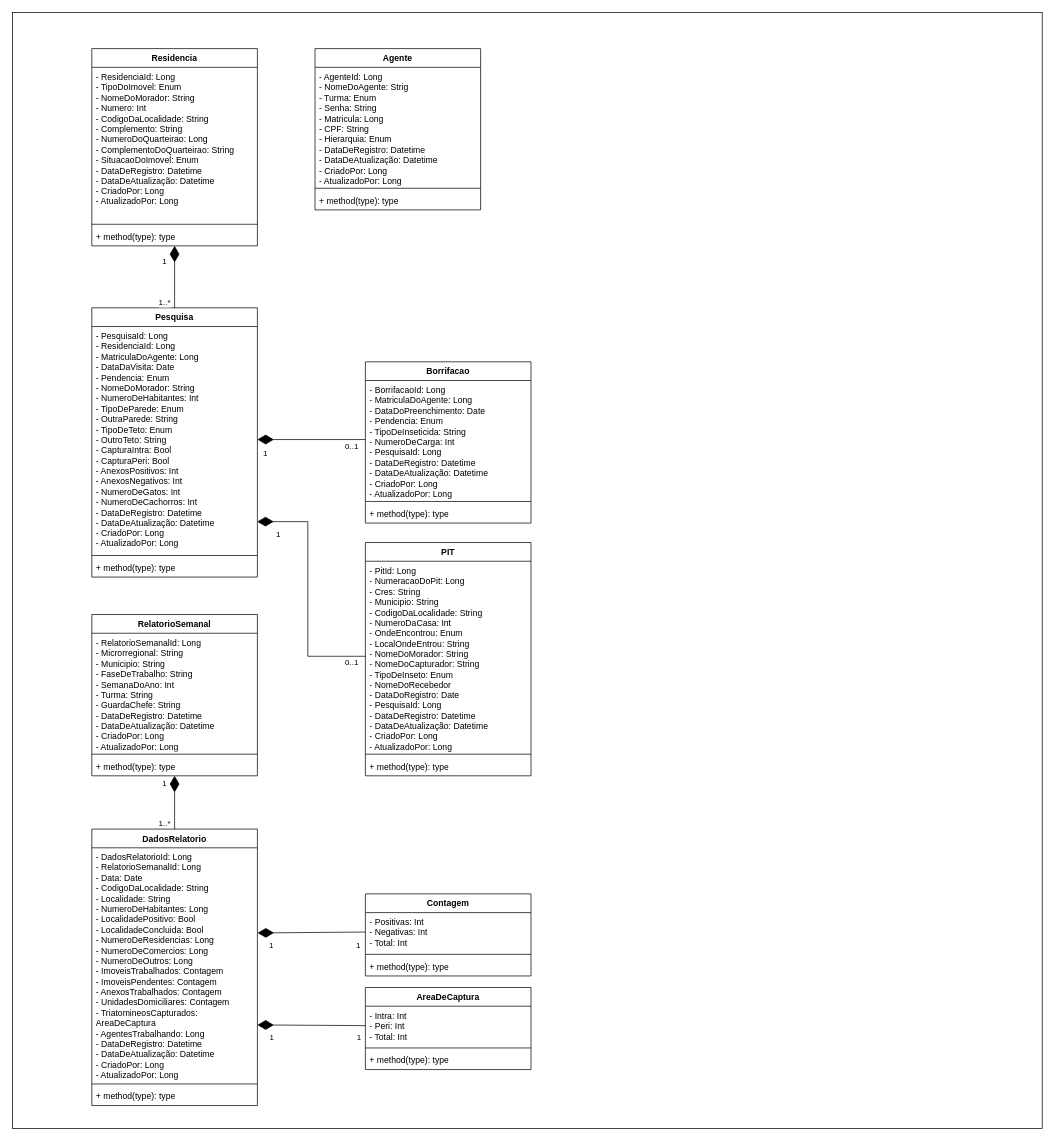
Above: Diagrama de classes.drawio in Fconeto/P.I-3 (draw.io), before the change. Source tidied: cells renumbered, new cells numbered last; positions are measured from the earlier drawing's top-left corner, leaving out a move shared by most shapes. Both pictures are drawn from the tidied source at 72%, with x=0, y=0 at pixel (12, 12).
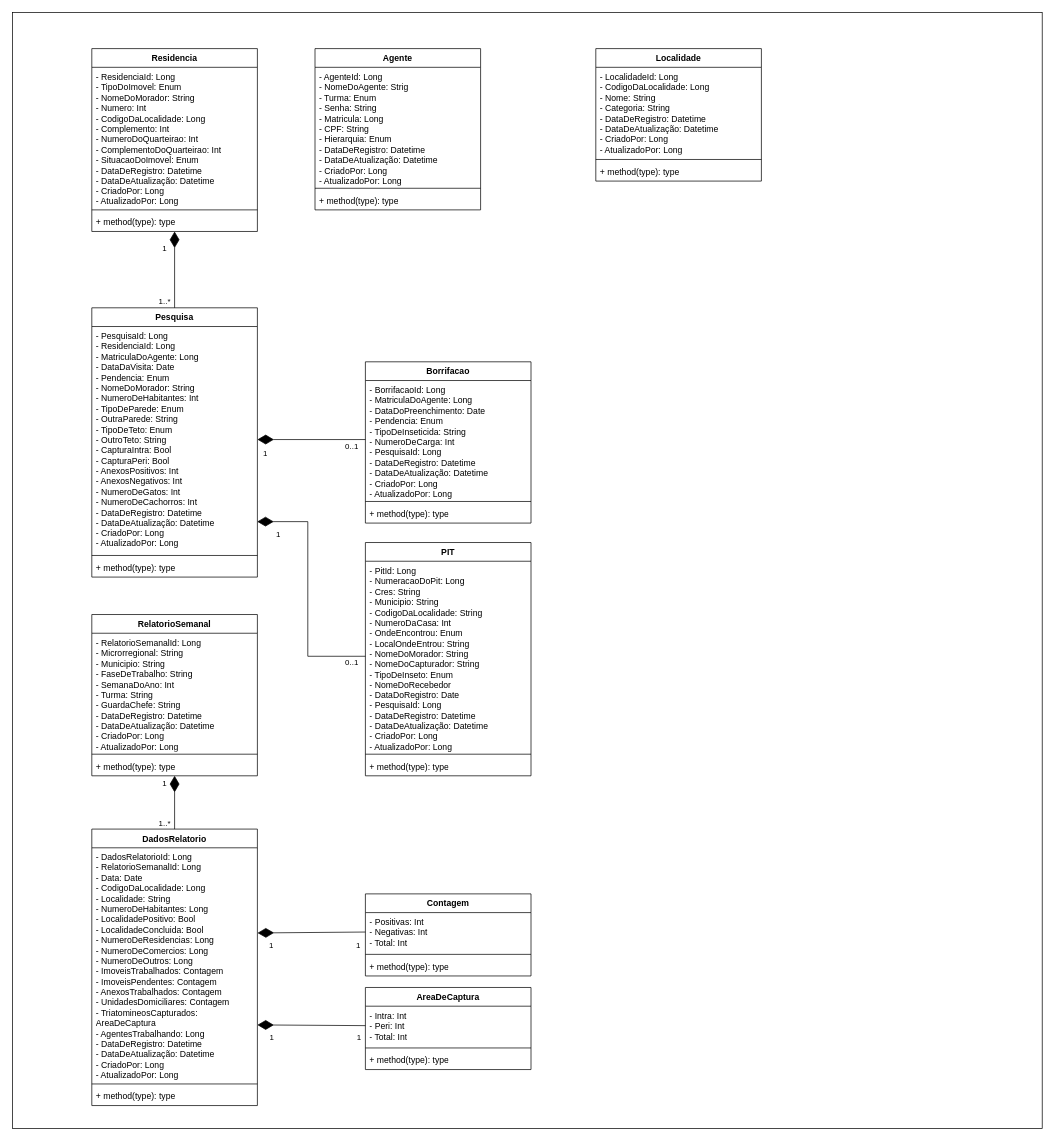
The same page after the edit.

The change refers to these unchanged cells:
```xml
<mxCell id="23" value="DadosRelatorio" style="swimlane;fontStyle=1;align=center;verticalAlign=top;horizontal=1;startSize=26;whiteSpace=wrap;html=1;" parent="1" vertex="1">
  <mxGeometry x="110" y="1134" width="230" height="384" as="geometry" />
</mxCell>
```

The edit, as a diff of the source:
```diff
@@
     <mxCell id="3" value="Residencia" style="swimlane;fontStyle=1;align=center;verticalAlign=top;horizontal=1;startSize=26;whiteSpace=wrap;html=1;" parent="1" vertex="1">
-      <mxGeometry x="110" y="50" width="230" height="274" as="geometry" />
+      <mxGeometry x="110" y="50" width="230" height="254" as="geometry" />
     </mxCell>
-    <mxCell id="4" value="&lt;div&gt;- ResidenciaId: Long&lt;/div&gt;- TipoDoImovel: Enum&lt;div&gt;- NomeDoMorador: String&lt;/div&gt;&lt;div&gt;- Numero: Int&lt;/div&gt;&lt;div&gt;- CodigoDaLocalidade: String&lt;/div&gt;&lt;div&gt;- Complemento: String&lt;/div&gt;&lt;div&gt;- NumeroDoQuarteirao: Long&lt;/div&gt;&lt;div&gt;- ComplementoDoQuarteirao: String&lt;/div&gt;&lt;div&gt;- SituacaoDoImovel: Enum&lt;/div&gt;&lt;div&gt;- DataDeRegistro: Datetime&lt;/div&gt;&lt;div&gt;- DataDeAtualização: Datetime&lt;/div&gt;&lt;div&gt;- CriadoPor: Long&lt;/div&gt;&lt;div&gt;- AtualizadoPor: Long&lt;/div&gt;&lt;div&gt;&lt;br&gt;&lt;/div&gt;" style="text;strokeColor=none;fillColor=none;align=left;verticalAlign=top;spacingLeft=4;spacingRight=4;overflow=hidden;whiteSpace=wrap;html=1;" parent="3" vertex="1">
-      <mxGeometry y="26" width="230" height="214" as="geometry" />
+    <mxCell id="4" value="&lt;div&gt;- ResidenciaId: Long&lt;/div&gt;- TipoDoImovel: Enum&lt;div&gt;- NomeDoMorador: String&lt;/div&gt;&lt;div&gt;- Numero: Int&lt;/div&gt;&lt;div&gt;- CodigoDaLocalidade: Long&lt;/div&gt;&lt;div&gt;- Complemento: Int&lt;/div&gt;&lt;div&gt;- NumeroDoQuarteirao:&amp;nbsp;&lt;span style=&quot;background-color: transparent; color: light-dark(rgb(0, 0, 0), rgb(255, 255, 255));&quot;&gt;Int&lt;/span&gt;&lt;/div&gt;&lt;div&gt;- ComplementoDoQuarteirao:&amp;nbsp;&lt;span style=&quot;background-color: transparent; color: light-dark(rgb(0, 0, 0), rgb(255, 255, 255));&quot;&gt;Int&lt;/span&gt;&lt;/div&gt;&lt;div&gt;- SituacaoDoImovel: Enum&lt;/div&gt;&lt;div&gt;- DataDeRegistro: Datetime&lt;/div&gt;&lt;div&gt;- DataDeAtualização: Datetime&lt;/div&gt;&lt;div&gt;- CriadoPor: Long&lt;/div&gt;&lt;div&gt;- AtualizadoPor: Long&lt;/div&gt;" style="text;strokeColor=none;fillColor=none;align=left;verticalAlign=top;spacingLeft=4;spacingRight=4;overflow=hidden;whiteSpace=wrap;html=1;" parent="3" vertex="1">
+      <mxGeometry y="26" width="230" height="194" as="geometry" />
     </mxCell>
     <mxCell id="5" style="line;strokeWidth=1;fillColor=none;align=left;verticalAlign=middle;spacingTop=-1;spacingLeft=3;spacingRight=3;labelPosition=right;strokeColor=inherit;" parent="3" vertex="1">
-      <mxGeometry y="240" width="230" height="8" as="geometry" />
+      <mxGeometry y="220" width="230" height="8" as="geometry" />
     </mxCell>
     <mxCell id="6" value="+ method(type): type" style="text;strokeColor=none;fillColor=none;align=left;verticalAlign=top;spacingLeft=4;spacingRight=4;overflow=hidden;whiteSpace=wrap;html=1;" parent="3" vertex="1">
-      <mxGeometry y="248" width="230" height="26" as="geometry" />
+      <mxGeometry y="228" width="230" height="26" as="geometry" />
     </mxCell>
@@
-    <mxCell id="24" value="&lt;div&gt;- DadosRelatorioId: Long&lt;/div&gt;&lt;div&gt;- RelatorioSemanalId: Long&lt;/div&gt;&lt;div&gt;- Data: Date&lt;/div&gt;&lt;div&gt;- CodigoDaLocalidade: String&lt;/div&gt;&lt;div&gt;- Localidade: String&lt;/div&gt;&lt;div&gt;- NumeroDeHabitantes: Long&lt;/div&gt;&lt;div&gt;- LocalidadePositivo: Bool&lt;/div&gt;&lt;div&gt;- LocalidadeConcluida: Bool&lt;/div&gt;&lt;div&gt;- NumeroDeResidencias: Long&lt;/div&gt;&lt;div&gt;- NumeroDeComercios: Long&lt;/div&gt;&lt;div&gt;- NumeroDeOutros: Long&lt;/div&gt;&lt;div&gt;- ImoveisTrabalhados: Contagem&lt;/div&gt;&lt;div&gt;- ImoveisPendentes: Contagem&lt;/div&gt;&lt;div&gt;- AnexosTrabalhados: Contagem&lt;/div&gt;&lt;div&gt;- UnidadesDomiciliares: Contagem&lt;/div&gt;&lt;div&gt;- TriatomineosCapturados: AreaDeCaptura&lt;/div&gt;&lt;div&gt;- AgentesTrabalhando: Long&lt;/div&gt;&lt;div&gt;&lt;div&gt;- DataDeRegistro: Datetime&lt;/div&gt;&lt;div&gt;- DataDeAtualização: Datetime&lt;/div&gt;&lt;div&gt;- CriadoPor: Long&lt;/div&gt;&lt;div&gt;- AtualizadoPor: Long&lt;/div&gt;&lt;/div&gt;" style="text;strokeColor=none;fillColor=none;align=left;verticalAlign=top;spacingLeft=4;spacingRight=4;overflow=hidden;points=[[0,0.5],[1,0.5]];portConstraint=eastwest;whiteSpace=wrap;html=1;" parent="23" vertex="1">
+    <mxCell id="24" value="&lt;div&gt;- DadosRelatorioId: Long&lt;/div&gt;&lt;div&gt;- RelatorioSemanalId: Long&lt;/div&gt;&lt;div&gt;- Data: Date&lt;/div&gt;&lt;div&gt;- CodigoDaLocalidade:&amp;nbsp;&lt;span style=&quot;background-color: transparent; color: light-dark(rgb(0, 0, 0), rgb(255, 255, 255));&quot;&gt;Long&lt;/span&gt;&lt;/div&gt;&lt;div&gt;- Localidade: String&lt;/div&gt;&lt;div&gt;- NumeroDeHabitantes: Long&lt;/div&gt;&lt;div&gt;- LocalidadePositivo: Bool&lt;/div&gt;&lt;div&gt;- LocalidadeConcluida: Bool&lt;/div&gt;&lt;div&gt;- NumeroDeResidencias: Long&lt;/div&gt;&lt;div&gt;- NumeroDeComercios: Long&lt;/div&gt;&lt;div&gt;- NumeroDeOutros: Long&lt;/div&gt;&lt;div&gt;- ImoveisTrabalhados: Contagem&lt;/div&gt;&lt;div&gt;- ImoveisPendentes: Contagem&lt;/div&gt;&lt;div&gt;- AnexosTrabalhados: Contagem&lt;/div&gt;&lt;div&gt;- UnidadesDomiciliares: Contagem&lt;/div&gt;&lt;div&gt;- TriatomineosCapturados: AreaDeCaptura&lt;/div&gt;&lt;div&gt;- AgentesTrabalhando: Long&lt;/div&gt;&lt;div&gt;&lt;div&gt;- DataDeRegistro: Datetime&lt;/div&gt;&lt;div&gt;- DataDeAtualização: Datetime&lt;/div&gt;&lt;div&gt;- CriadoPor: Long&lt;/div&gt;&lt;div&gt;- AtualizadoPor: Long&lt;/div&gt;&lt;/div&gt;" style="text;strokeColor=none;fillColor=none;align=left;verticalAlign=top;spacingLeft=4;spacingRight=4;overflow=hidden;points=[[0,0.5],[1,0.5]];portConstraint=eastwest;whiteSpace=wrap;html=1;" parent="23" vertex="1">
       <mxGeometry y="26" width="230" height="324" as="geometry" />
     </mxCell>
@@
+    <mxCell id="57" value="Localidade" style="swimlane;fontStyle=1;align=center;verticalAlign=top;horizontal=1;startSize=26;whiteSpace=wrap;html=1;" parent="1" vertex="1">
+      <mxGeometry x="810" y="50" width="230" height="184" as="geometry" />
+    </mxCell>
+    <mxCell id="58" value="&lt;div&gt;&lt;div&gt;- LocalidadeId: Long&lt;/div&gt;&lt;div&gt;- CodigoDaLocalidade:&amp;nbsp;&lt;span style=&quot;background-color: transparent; color: light-dark(rgb(0, 0, 0), rgb(255, 255, 255));&quot;&gt;Long&lt;/span&gt;&lt;/div&gt;&lt;/div&gt;&lt;div&gt;&lt;span style=&quot;background-color: transparent; color: light-dark(rgb(0, 0, 0), rgb(255, 255, 255));&quot;&gt;- Nome: String&lt;/span&gt;&lt;/div&gt;&lt;div&gt;&lt;span style=&quot;background-color: transparent; color: light-dark(rgb(0, 0, 0), rgb(255, 255, 255));&quot;&gt;- Categoria: String&lt;/span&gt;&lt;/div&gt;&lt;div&gt;&lt;div&gt;- DataDeRegistro: Datetime&lt;/div&gt;&lt;div&gt;- DataDeAtualização: Datetime&lt;/div&gt;&lt;div&gt;- CriadoPor: Long&lt;/div&gt;&lt;div&gt;- AtualizadoPor: Long&lt;/div&gt;&lt;/div&gt;" style="text;strokeColor=none;fillColor=none;align=left;verticalAlign=top;spacingLeft=4;spacingRight=4;overflow=hidden;whiteSpace=wrap;html=1;" parent="57" vertex="1">
+      <mxGeometry y="26" width="230" height="124" as="geometry" />
+    </mxCell>
+    <mxCell id="59" style="line;strokeWidth=1;fillColor=none;align=left;verticalAlign=middle;spacingTop=-1;spacingLeft=3;spacingRight=3;labelPosition=right;strokeColor=inherit;" parent="57" vertex="1">
+      <mxGeometry y="150" width="230" height="8" as="geometry" />
+    </mxCell>
+    <mxCell id="60" value="+ method(type): type" style="text;strokeColor=none;fillColor=none;align=left;verticalAlign=top;spacingLeft=4;spacingRight=4;overflow=hidden;whiteSpace=wrap;html=1;" parent="57" vertex="1">
+      <mxGeometry y="158" width="230" height="26" as="geometry" />
+    </mxCell>
```
